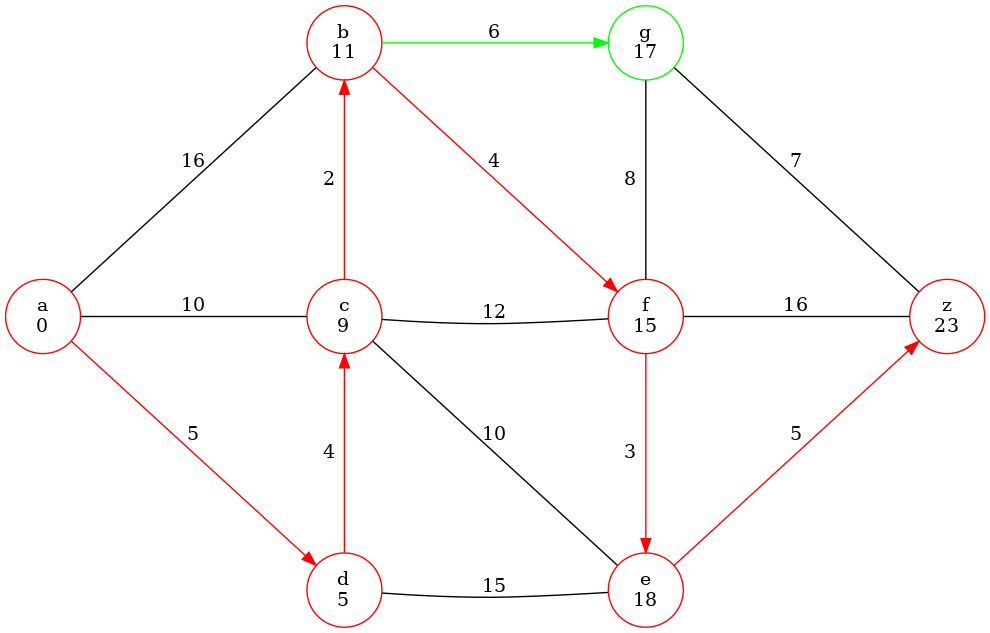
Above: slides/graph_labeled/dijkstra/dijkstra-08.dot.png in jgsogo/eda (Graphviz), before the change. Its source is kept beside it as slides/graph_labeled/dijkstra/dijkstra-08.dot.
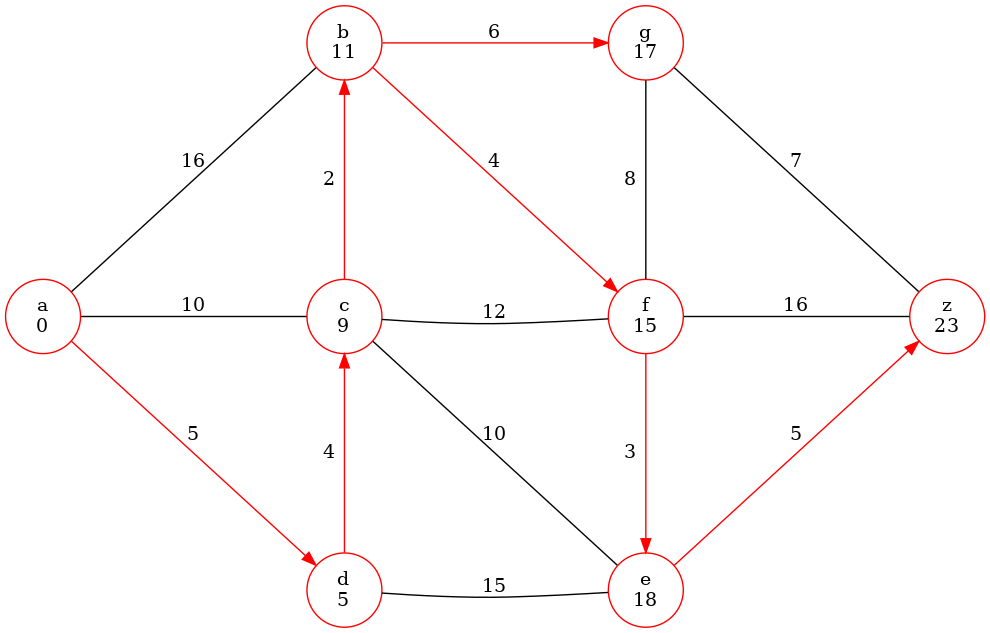
The same diagram one commit later.

The edit, as a diff of the source:
```diff
@@ -12,7 +12,7 @@
     b -> c [label="2", dir=back, color=red]
     c -> d [label="4", dir=back, color=red]
 
-    b -> g [label="6", color=green]
+    b -> g [label="6", color=red]
     b -> f [label="4", color=red]
 
 
@@ -37,6 +37,6 @@
     d [color=red, label="d\n5"]
     e [color=red, label="e\n18"]
     f [color=red, label="f\n15"]
-    g [color=green, label="g\n17"]
+    g [color=red, label="g\n17"]
     z [color=red, label="z\n23"]
 }
```
